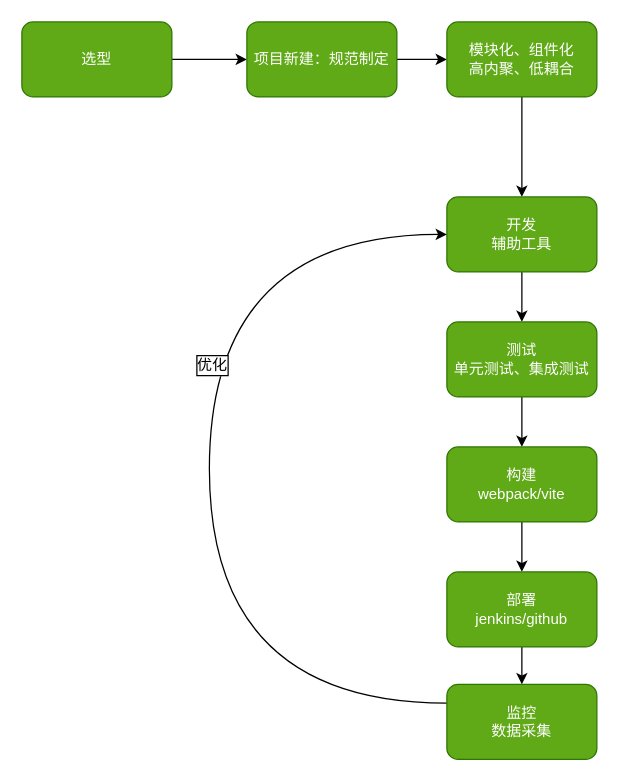
This is 专题：前端工程化/项目从选型到开发维护流程图.drawio from iotzzh/graphical-front-end, a draw.io file, before an edit. Source tidied: cells renumbered, new cells numbered last; positions are measured from the earlier drawing's top-left corner, leaving out a move shared by most shapes. Both pictures are drawn from the tidied source at 125%, with x=0, y=0 at pixel (21, 21).
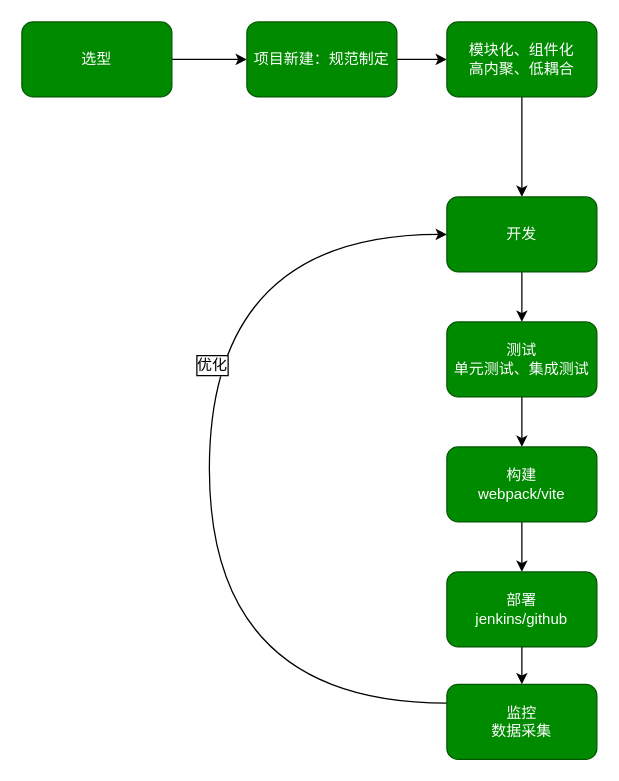
After the change.

Diff of the diagram source:
```diff
@@
-    <mxCell id="3" value="选型" style="rounded=1;whiteSpace=wrap;html=1;fillColor=#60a917;strokeColor=#2D7600;fontColor=#ffffff;" parent="1" vertex="1">
+    <mxCell id="3" value="选型" style="rounded=1;whiteSpace=wrap;html=1;fillColor=#008a00;strokeColor=#005700;fontColor=#ffffff;" parent="1" vertex="1">
       <mxGeometry width="120" height="60" as="geometry" />
     </mxCell>
@@
-    <mxCell id="5" value="项目新建：规范制定" style="rounded=1;whiteSpace=wrap;html=1;fillColor=#60a917;strokeColor=#2D7600;fontColor=#ffffff;" parent="1" vertex="1">
+    <mxCell id="5" value="项目新建：规范制定" style="rounded=1;whiteSpace=wrap;html=1;fillColor=#008a00;strokeColor=#005700;fontColor=#ffffff;" parent="1" vertex="1">
       <mxGeometry x="180" width="120" height="60" as="geometry" />
     </mxCell>
@@
-    <mxCell id="7" value="模块化、组件化&lt;br&gt;高内聚、低耦合" style="rounded=1;whiteSpace=wrap;html=1;fillColor=#60a917;strokeColor=#2D7600;fontColor=#ffffff;" parent="1" vertex="1">
+    <mxCell id="7" value="模块化、组件化&lt;br&gt;高内聚、低耦合" style="rounded=1;whiteSpace=wrap;html=1;fillColor=#008a00;strokeColor=#005700;fontColor=#ffffff;" parent="1" vertex="1">
       <mxGeometry x="340" width="120" height="60" as="geometry" />
     </mxCell>
@@
-    <mxCell id="9" value="开发&lt;br&gt;辅助工具" style="rounded=1;whiteSpace=wrap;html=1;fillColor=#60a917;strokeColor=#2D7600;fontColor=#ffffff;" parent="1" vertex="1">
+    <mxCell id="9" value="开发" style="rounded=1;whiteSpace=wrap;html=1;fillColor=#008a00;strokeColor=#005700;fontColor=#ffffff;" parent="1" vertex="1">
       <mxGeometry x="340" y="140" width="120" height="60" as="geometry" />
     </mxCell>
@@
-    <mxCell id="11" value="测试&lt;br&gt;单元测试、集成测试" style="rounded=1;whiteSpace=wrap;html=1;fillColor=#60a917;strokeColor=#2D7600;fontColor=#ffffff;" parent="1" vertex="1">
+    <mxCell id="11" value="测试&lt;br&gt;单元测试、集成测试" style="rounded=1;whiteSpace=wrap;html=1;fillColor=#008a00;strokeColor=#005700;fontColor=#ffffff;" parent="1" vertex="1">
       <mxGeometry x="340" y="240" width="120" height="60" as="geometry" />
     </mxCell>
@@
-    <mxCell id="13" value="构建&lt;br&gt;webpack/vite" style="rounded=1;whiteSpace=wrap;html=1;fillColor=#60a917;strokeColor=#2D7600;fontColor=#ffffff;" parent="1" vertex="1">
+    <mxCell id="13" value="构建&lt;br&gt;webpack/vite" style="rounded=1;whiteSpace=wrap;html=1;fillColor=#008a00;strokeColor=#005700;fontColor=#ffffff;" parent="1" vertex="1">
       <mxGeometry x="340" y="340" width="120" height="60" as="geometry" />
     </mxCell>
@@
-    <mxCell id="15" value="部署&lt;br&gt;jenkins/github" style="rounded=1;whiteSpace=wrap;html=1;fillColor=#60a917;strokeColor=#2D7600;fontColor=#ffffff;" parent="1" vertex="1">
+    <mxCell id="15" value="部署&lt;br&gt;jenkins/github" style="rounded=1;whiteSpace=wrap;html=1;fillColor=#008a00;strokeColor=#005700;fontColor=#ffffff;" parent="1" vertex="1">
       <mxGeometry x="340" y="440" width="120" height="60" as="geometry" />
     </mxCell>
@@
-    <mxCell id="18" value="监控&lt;br&gt;数据采集" style="rounded=1;whiteSpace=wrap;html=1;fillColor=#60a917;strokeColor=#2D7600;fontColor=#ffffff;" parent="1" vertex="1">
+    <mxCell id="18" value="监控&lt;br&gt;数据采集" style="rounded=1;whiteSpace=wrap;html=1;fillColor=#008a00;strokeColor=#005700;fontColor=#ffffff;" parent="1" vertex="1">
       <mxGeometry x="340" y="530" width="120" height="60" as="geometry" />
     </mxCell>
```
